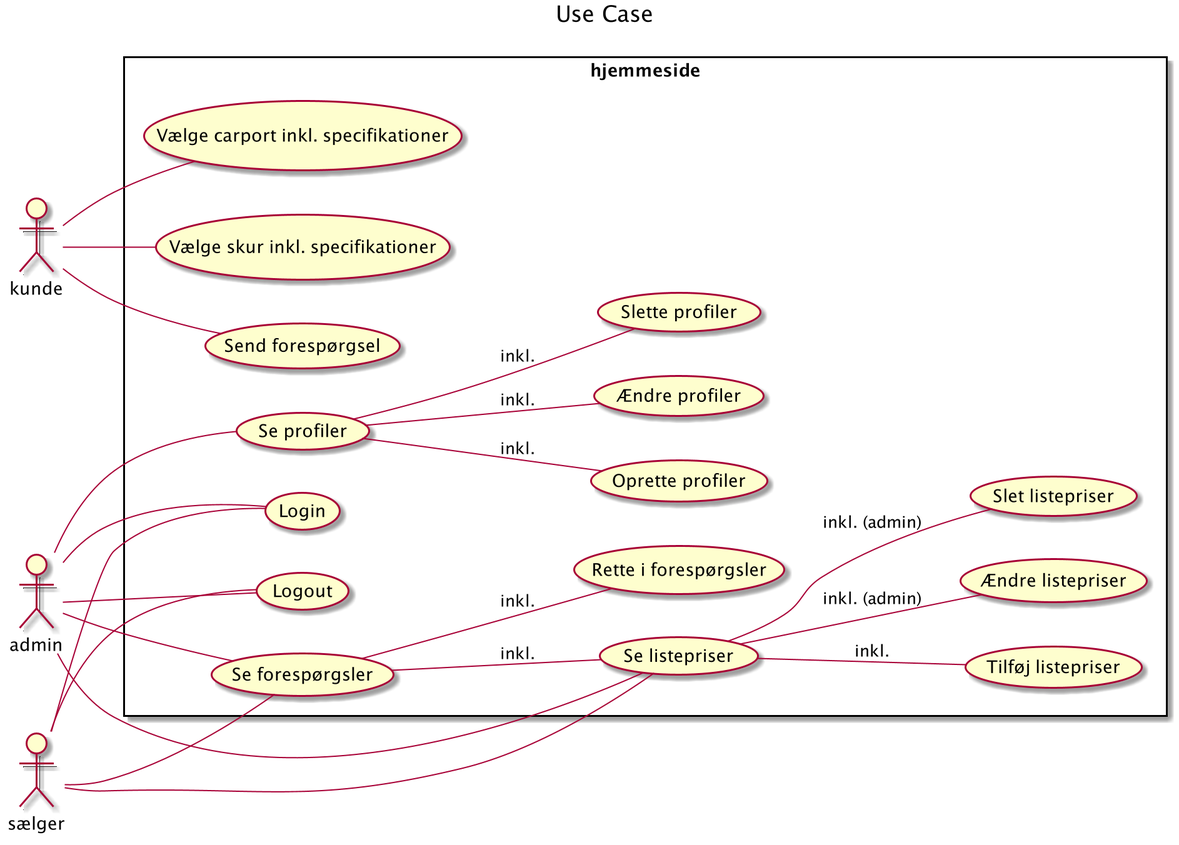
The PlantUML diagram Documentation/UML/Use Case/User_Case.png in codergram/Fog, before a commit.
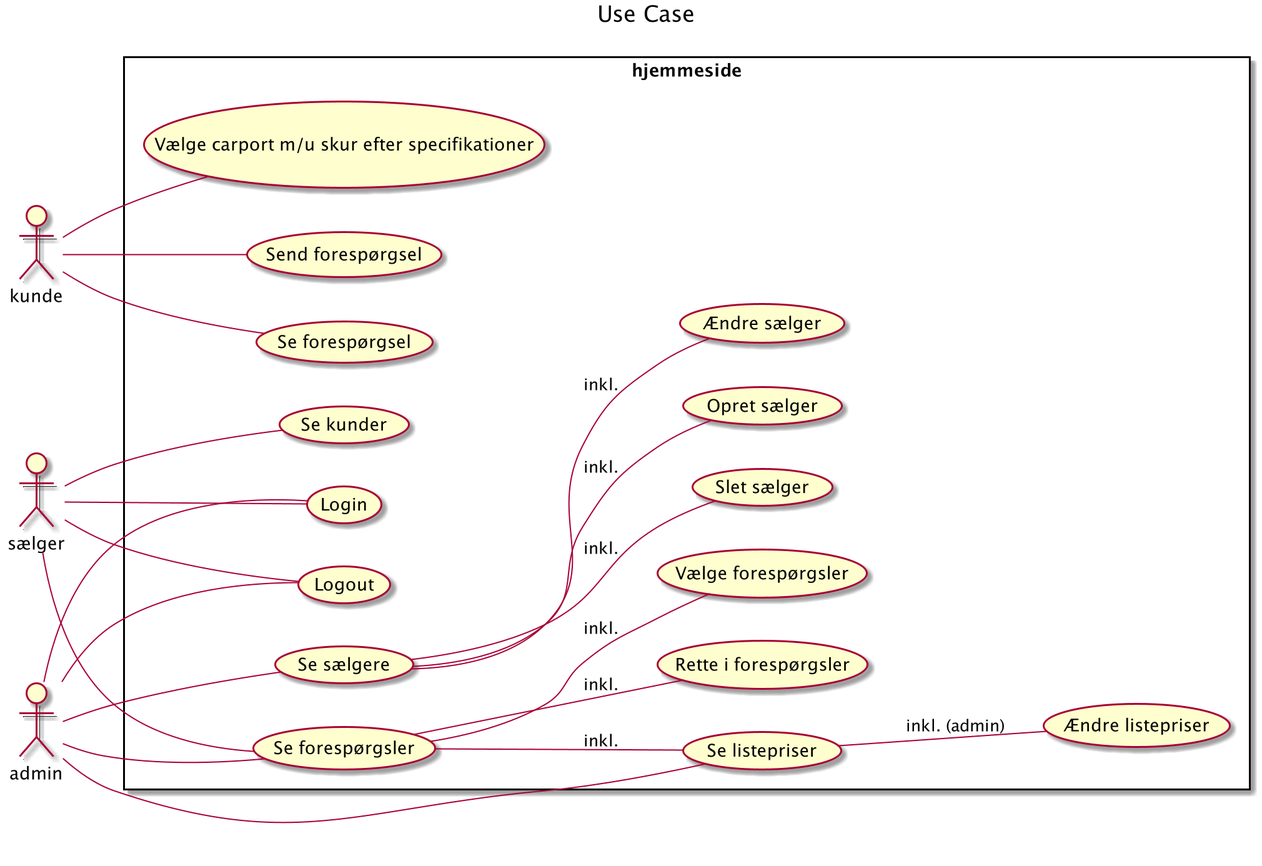
Later version of the same file.

Commit message:
use case

What changed in the source:
```diff
@@ -7,9 +7,9 @@
 actor admin
 
 rectangle hjemmeside {
-    kunde -- (Vælge carport inkl. specifikationer)
-    kunde -- (Vælge skur inkl. specifikationer)
+    kunde -- (Vælge carport m/u skur efter specifikationer)
     kunde -- (Send forespørgsel)
+    kunde -- (Se forespørgsel)
 
 
     sælger -- (Login)
@@ -17,21 +17,19 @@
     sælger -- (Se forespørgsler)
     (Se forespørgsler) -- (Rette i forespørgsler) : inkl.
     (Se forespørgsler) -- (Se listepriser) : inkl.
-    sælger -- (Se listepriser)
-
-
+    (Se forespørgsler) -- (Vælge forespørgsler) : inkl.
+    sælger -- (Se kunder)
 
     admin -- (Login)
     admin -- (Logout)
-    admin -- (Se profiler)
-    (Se profiler) -- (Oprette profiler) : inkl.
-    (Se profiler) -- (Ændre profiler) : inkl.
-    (Se profiler) -- (Slette profiler) : inkl.
+    admin -- (Se sælgere)
+    (Se sælgere) -- (Opret sælger) : inkl.
+    (Se sælgere) -- (Ændre sælger) : inkl.
+    (Se sælgere) -- (Slet sælger) : inkl.
     admin -- (Se forespørgsler)
     admin -- (Se listepriser)
-    (Se listepriser) -- (Tilføj listepriser) : inkl.
     (Se listepriser) -- (Ændre listepriser) : inkl. (admin)
-    (Se listepriser) -- (Slet listepriser) : inkl. (admin)
+
 }
 
 @enduml
```
